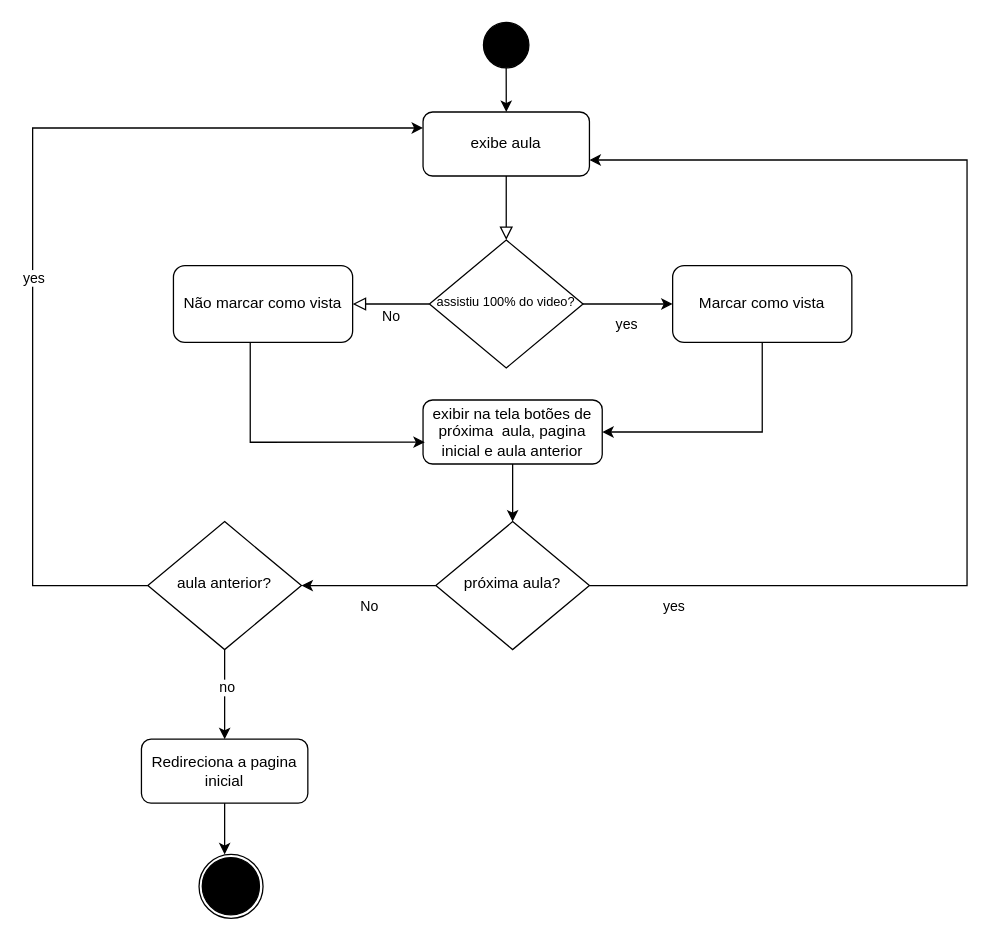
The draw.io diagram page "Página-2" (2 of 7) of Diagrama sem nome.drawio in devguina/CEFET-Software_Engineering, before the edit. Source tidied: cells renumbered, new cells numbered last; positions are measured from the earlier drawing's top-left corner, leaving out a move shared by most shapes. Both pictures are drawn from the tidied source at 128%, with x=0, y=0 at pixel (32, 22).
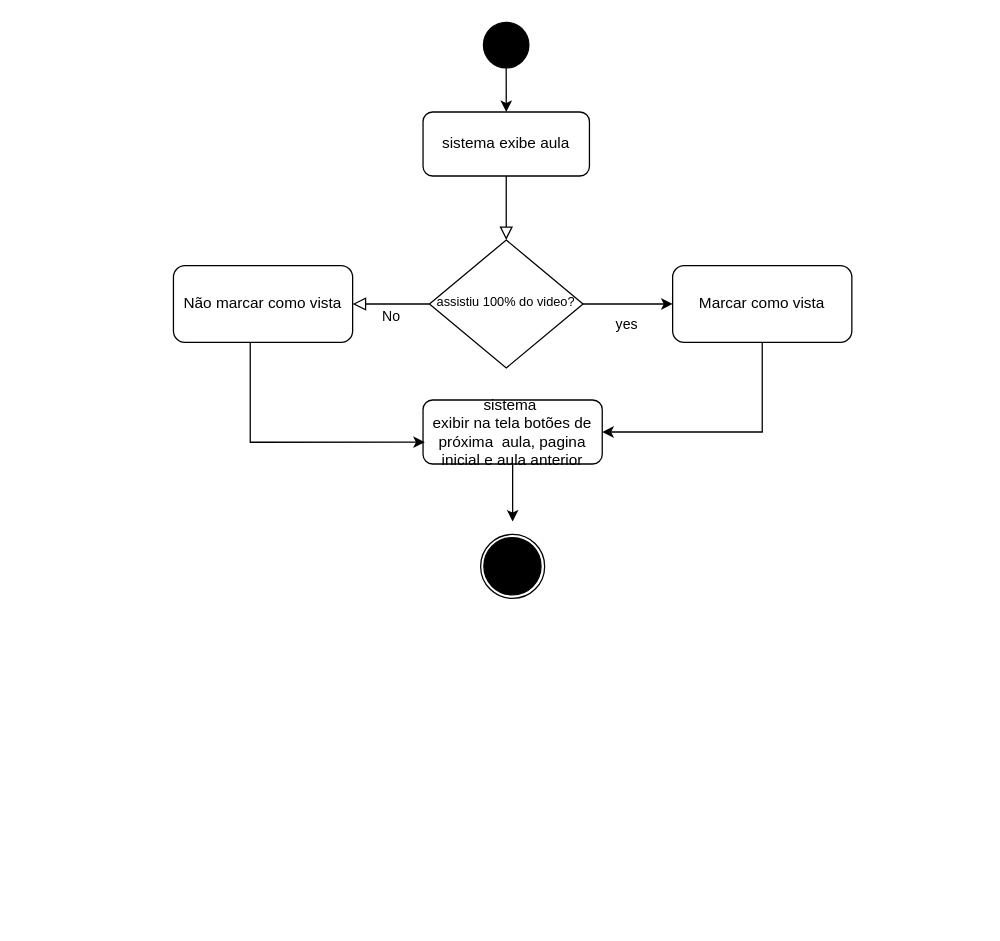
The same diagram, later.

Unchanged cells that the change refers to:
```xml
<mxCell id="29" style="ellipse;shape=doubleEllipse;whiteSpace=wrap;html=1;fillColor=none;" parent="27" vertex="1">
  <mxGeometry width="50" height="50" as="geometry" />
</mxCell>
```

What changed in the source:
```diff
@@
-    <mxCell id="3" value="exibe aula" style="rounded=1;whiteSpace=wrap;html=1;fontSize=12;glass=0;strokeWidth=1;shadow=0;" parent="1" vertex="1">
+    <mxCell id="3" value="sistema exibe aula" style="rounded=1;whiteSpace=wrap;html=1;fontSize=12;glass=0;strokeWidth=1;shadow=0;" parent="1" vertex="1">
       <mxGeometry x="305" y="70" width="130" height="50" as="geometry" />
     </mxCell>
@@
-    <mxCell id="9" style="edgeStyle=orthogonalEdgeStyle;rounded=0;jettySize=auto;html=1;entryX=0.5;entryY=0;entryDx=0;entryDy=0;" parent="1" edge="1" source="10" target="20">
-      <mxGeometry relative="1" as="geometry" />
+    <mxCell id="9" style="edgeStyle=orthogonalEdgeStyle;rounded=0;jettySize=auto;html=1;entryX=0.5;entryY=0;entryDx=0;entryDy=0;" parent="1" edge="1" source="10">
+      <mxGeometry relative="1" as="geometry">
+        <mxPoint x="375" y="390" as="targetPoint" />
+      </mxGeometry>
     </mxCell>
-    <mxCell id="10" value="exibir na tela botões de próxima&amp;nbsp; aula, pagina inicial e aula anterior" style="rounded=1;whiteSpace=wrap;html=1;fontSize=12;glass=0;strokeWidth=1;shadow=0;" parent="1" vertex="1">
+    <mxCell id="10" value="sistema&amp;nbsp;&lt;div&gt;exibir na tela botões de próxima&amp;nbsp; aula, pagina inicial e aula anterior&lt;/div&gt;" style="rounded=1;whiteSpace=wrap;html=1;fontSize=12;glass=0;strokeWidth=1;shadow=0;" parent="1" vertex="1">
       <mxGeometry x="305" y="295" width="140" height="50" as="geometry" />
     </mxCell>
@@
-    <mxCell id="16" style="edgeStyle=orthogonalEdgeStyle;rounded=0;jettySize=auto;html=1;entryX=1;entryY=0.5;entryDx=0;entryDy=0;" parent="1" edge="1" source="20" target="25">
-      <mxGeometry relative="1" as="geometry" />
-    </mxCell>
-    <mxCell id="17" value="No" style="edgeLabel;html=1;align=center;verticalAlign=middle;" parent="16" vertex="1">
-      <mxGeometry x="0.01" y="15" relative="1" as="geometry" />
-    </mxCell>
-    <mxCell id="18" style="edgeStyle=orthogonalEdgeStyle;rounded=0;jettySize=auto;html=1;entryX=1;entryY=0.75;entryDx=0;entryDy=0;" parent="1" edge="1" source="20" target="3">
-      <mxGeometry relative="1" as="geometry">
-        <Array as="points">
-          <mxPoint x="730" y="440" />
-          <mxPoint x="730" y="108" />
-        </Array>
-      </mxGeometry>
-    </mxCell>
-    <mxCell id="19" value="yes" style="edgeLabel;html=1;align=center;verticalAlign=middle;" parent="18" vertex="1">
-      <mxGeometry x="-0.86" y="-15" relative="1" as="geometry" />
-    </mxCell>
-    <mxCell id="20" value="próxima aula?" style="rhombus;whiteSpace=wrap;html=1;shadow=0;fontFamily=Helvetica;fontSize=12;align=center;strokeWidth=1;spacing=6;spacingTop=-4;" parent="1" vertex="1">
-      <mxGeometry x="315" y="390" width="120" height="100" as="geometry" />
-    </mxCell>
-    <mxCell id="21" style="edgeStyle=orthogonalEdgeStyle;rounded=0;jettySize=auto;html=1;entryX=0;entryY=0.25;entryDx=0;entryDy=0;" parent="1" edge="1" source="25" target="3">
-      <mxGeometry relative="1" as="geometry">
-        <Array as="points">
-          <mxPoint y="440" />
-          <mxPoint y="83" />
-        </Array>
-      </mxGeometry>
-    </mxCell>
-    <mxCell id="22" value="yes" style="edgeLabel;html=1;align=center;verticalAlign=middle;" parent="21" vertex="1">
-      <mxGeometry x="-0.12" relative="1" as="geometry" />
-    </mxCell>
-    <mxCell id="23" style="edgeStyle=orthogonalEdgeStyle;rounded=0;jettySize=auto;html=1;entryX=0.5;entryY=0;entryDx=0;entryDy=0;" parent="1" edge="1" source="25" target="26">
-      <mxGeometry relative="1" as="geometry" />
-    </mxCell>
-    <mxCell id="24" value="no" style="edgeLabel;html=1;align=center;verticalAlign=middle;" parent="23" vertex="1">
-      <mxGeometry x="-0.16" y="1" relative="1" as="geometry" />
-    </mxCell>
-    <mxCell id="25" value="aula anterior?" style="rhombus;whiteSpace=wrap;html=1;shadow=0;fontFamily=Helvetica;fontSize=12;align=center;strokeWidth=1;spacing=6;spacingTop=-4;" parent="1" vertex="1">
-      <mxGeometry x="90" y="390" width="120" height="100" as="geometry" />
-    </mxCell>
-    <mxCell id="26" value="Redireciona a pagina inicial" style="rounded=1;whiteSpace=wrap;html=1;fontSize=12;glass=0;strokeWidth=1;shadow=0;" parent="1" vertex="1">
-      <mxGeometry x="85" y="560" width="130" height="50" as="geometry" />
-    </mxCell>
     <mxCell id="27" style="group;" parent="1" vertex="1">
-      <mxGeometry x="130" y="650" width="50" height="50" as="geometry" />
+      <mxGeometry x="350" y="400" width="50" height="50" as="geometry" />
     </mxCell>
@@
-    <mxCell id="30" style="edgeStyle=orthogonalEdgeStyle;rounded=0;jettySize=auto;html=1;entryX=0.4;entryY=0;entryDx=0;entryDy=0;entryPerimeter=0;" parent="1" edge="1" source="26" target="29">
-      <mxGeometry relative="1" as="geometry" />
-    </mxCell>
```
